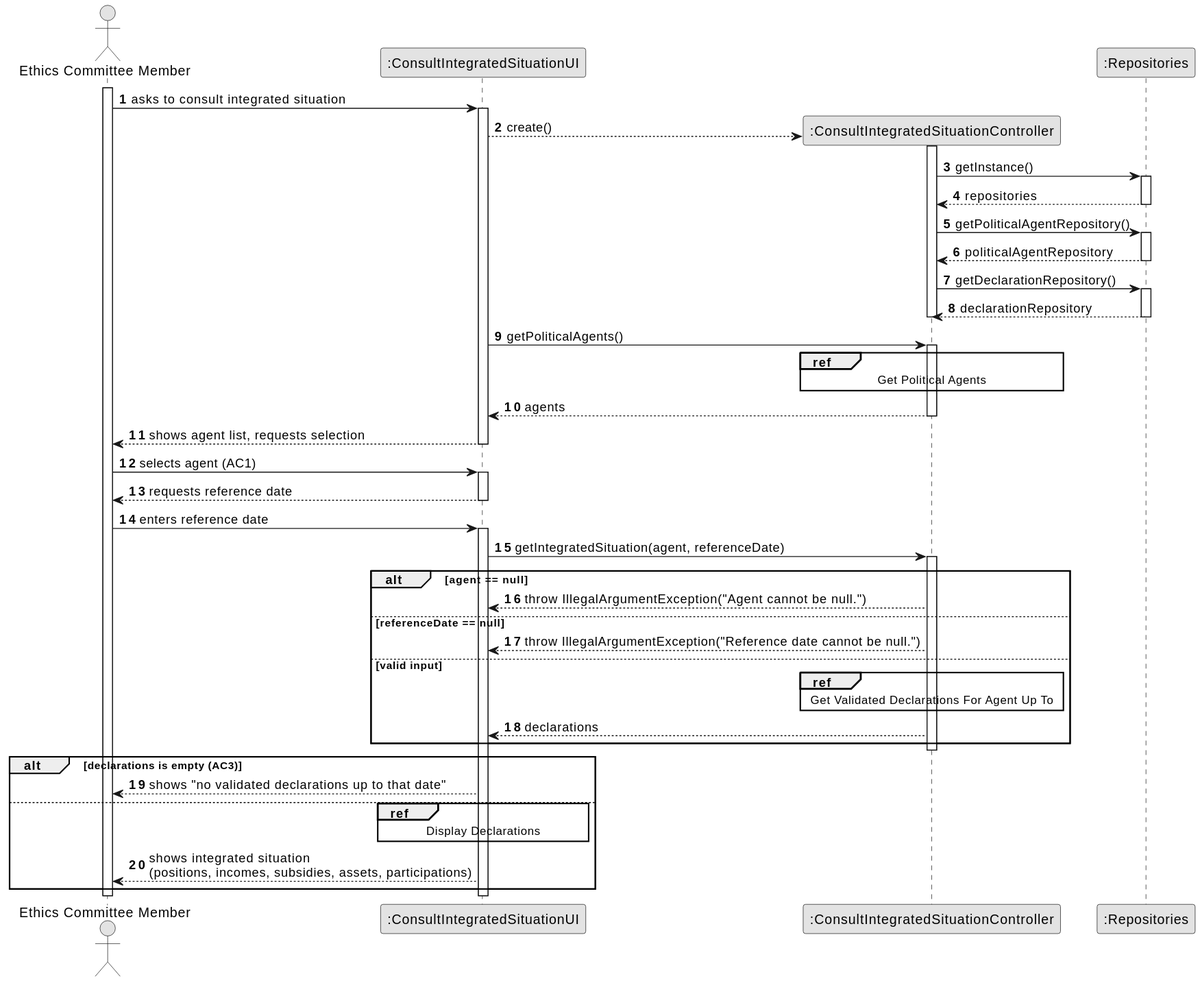
brunodspinto/crystal-clear-platform keeps this PlantUML diagram as docs/system-documentation/US09/03.design/svg/US09-SD-split.svg. Above is the earlier version.
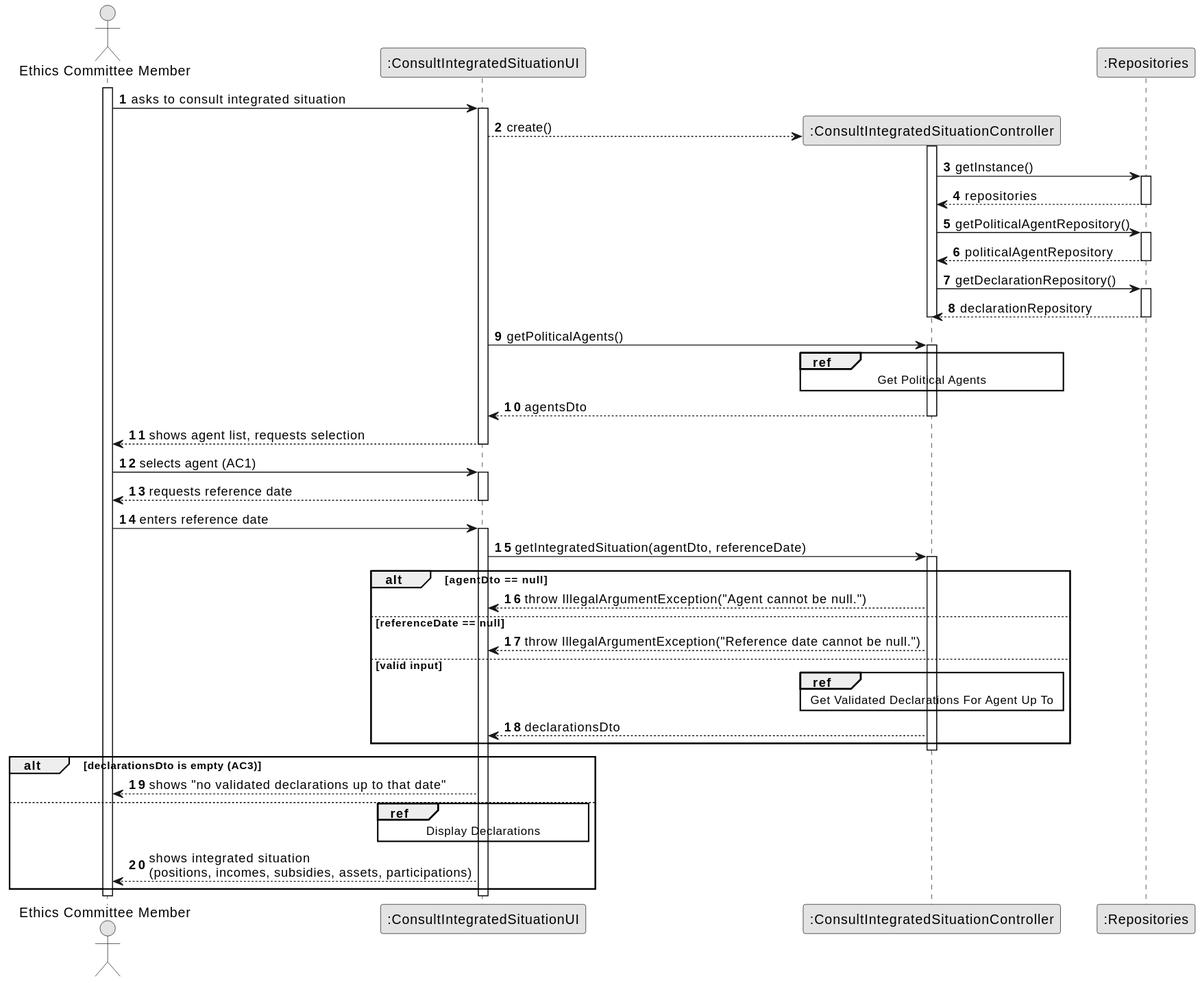
The same diagram one commit later.

What changed in the source:
```diff
@@ -39,7 +39,7 @@
         end ref
 
         activate CTRL
-            CTRL --> UI : agents
+            CTRL --> UI : agentsDto
         deactivate CTRL
 
         UI --> ECM : shows agent list, requests selection
@@ -53,10 +53,10 @@
     ECM -> UI : enters reference date
     activate UI
 
-        UI -> CTRL : getIntegratedSituation(agent, referenceDate)
+        UI -> CTRL : getIntegratedSituation(agentDto, referenceDate)
         activate CTRL
 
-            alt agent == null
+            alt agentDto == null
                 CTRL --> UI : throw IllegalArgumentException("Agent cannot be null.")
             else referenceDate == null
                 CTRL --> UI : throw IllegalArgumentException("Reference date cannot be null.")
@@ -65,11 +65,11 @@
                     Get Validated Declarations For Agent Up To
                 end ref
 
-                CTRL --> UI : declarations
+                CTRL --> UI : declarationsDto
             end
         deactivate CTRL
 
-        alt declarations is empty (AC3)
+        alt declarationsDto is empty (AC3)
             UI --> ECM : shows "no validated declarations up to that date"
         else
             ref over UI
```
